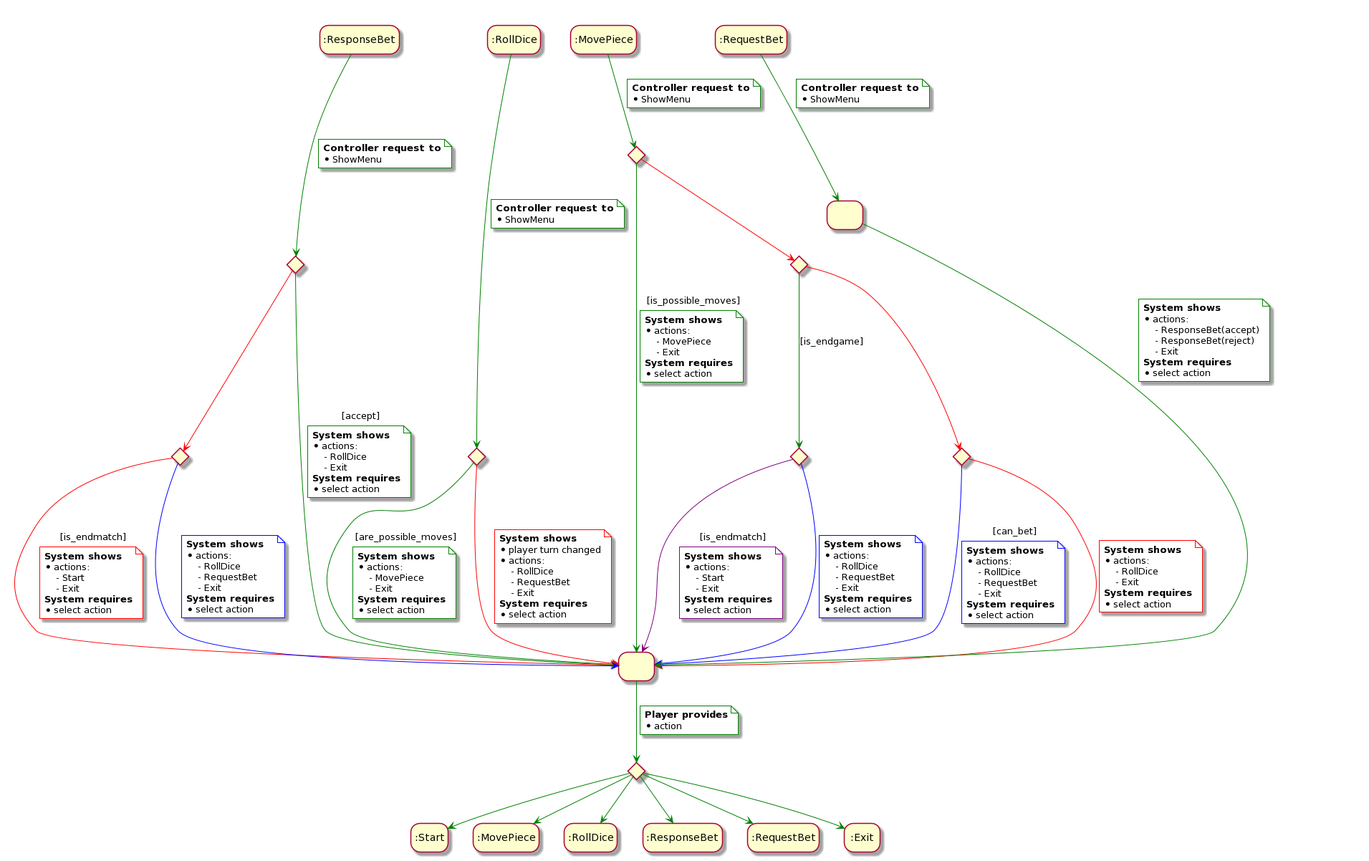
Earlier version of the PlantUML export rup/usecase/show_menu.png (USantaTecla-game-backgammon/backgammon).
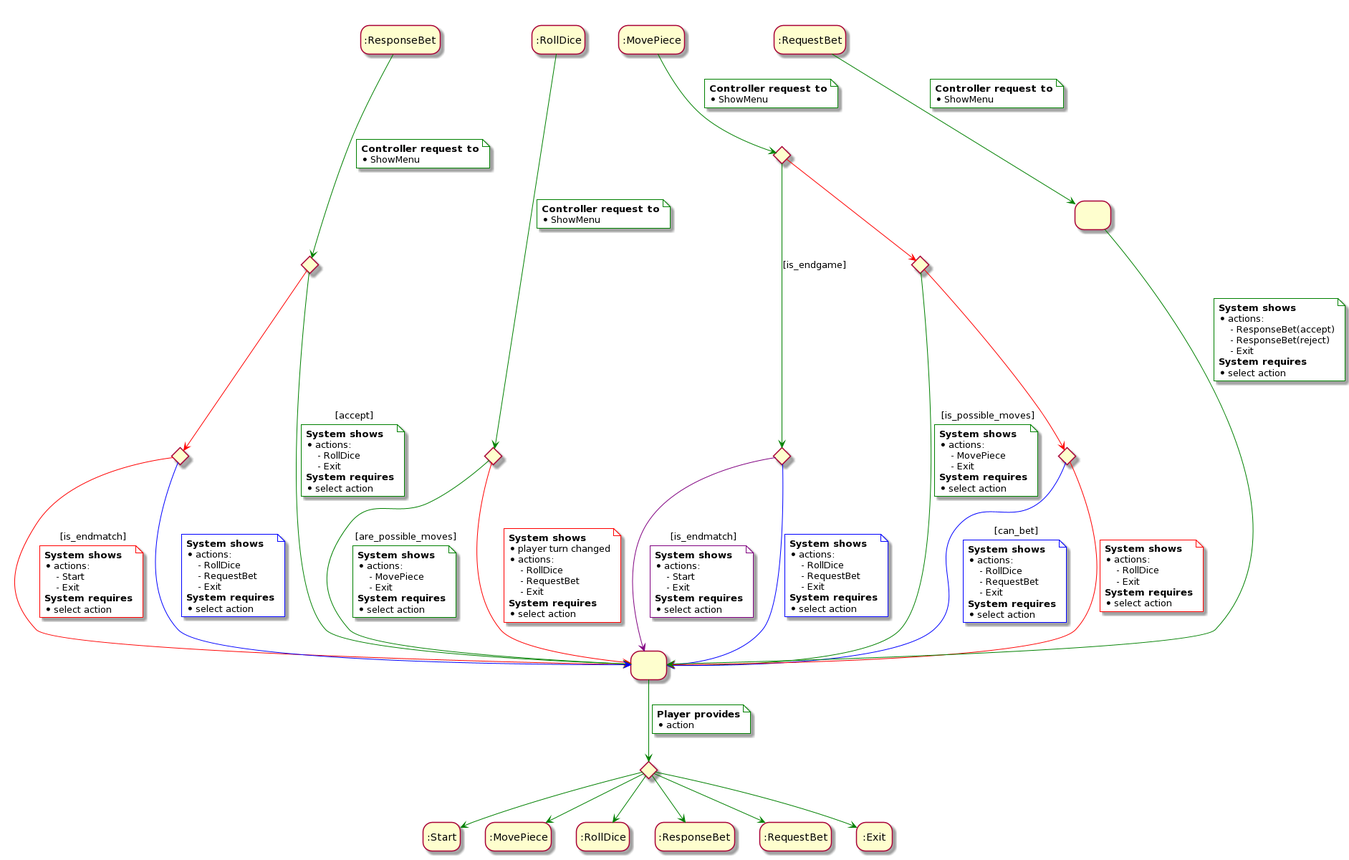
After the commit.

Diff of the diagram source:
```diff
@@ -46,7 +46,7 @@
     * select action
 end note
 
-IniMovePiece -[#green]-> is_possible_moves
+IniMovePiece -[#green]-> is_endgame
 note on link #white
     <b>Controller request to</b>
     * ShowMenu
@@ -62,10 +62,10 @@
     * select action
 end note
 
-is_possible_moves -[#red]-> is_endgame
+is_possible_moves -[#red]-> can_bet
 
 is_endgame -[#green]-> is_endmatch : [is_endgame]
-is_endgame -[#red]-> can_bet
+is_endgame -[#red]-> is_possible_moves
 
 is_endmatch -[#purple]-> 4 : [is_endmatch]
 note on link #white
```
